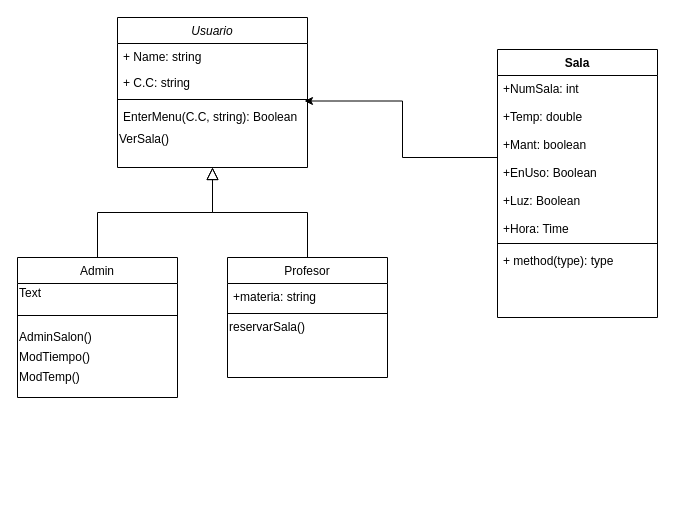
byzokky/Edificio-Inteligente keeps this draw.io diagram as Untitled Diagram.drawio. Above is the earlier version. Source tidied: cells renumbered, new cells numbered last; positions are measured from the earlier drawing's top-left corner, leaving out a move shared by most shapes. Both pictures are drawn from the tidied source at 100%, with x=0, y=0 at pixel (17, 17).
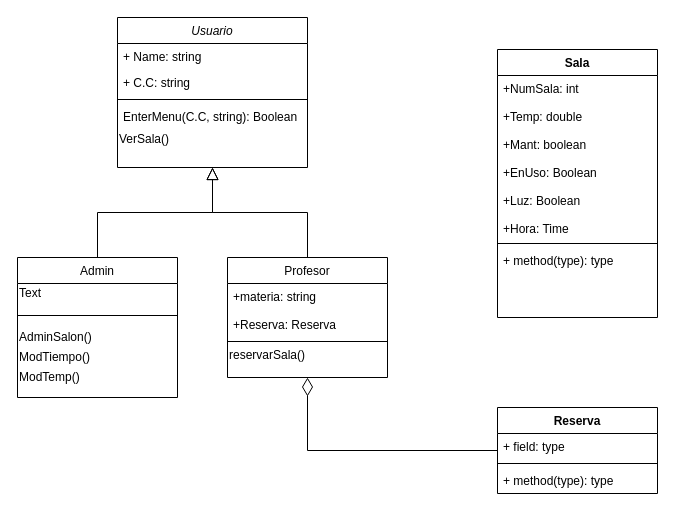
After the change.

The change refers to these unchanged cells:
```xml
<mxCell id="5" style="line;html=1;strokeWidth=1;align=left;verticalAlign=middle;spacingTop=-1;spacingLeft=3;spacingRight=3;labelPosition=right;points=[];portConstraint=eastwest;" parent="2" vertex="1">
  <mxGeometry y="78" width="190" height="8" as="geometry" />
</mxCell>
<mxCell id="15" value="Profesor" style="swimlane;fontStyle=0;align=center;verticalAlign=top;horizontal=1;startSize=26;rounded=0;shadow=0;strokeWidth=1;" parent="1" vertex="1">
  <mxGeometry x="210" y="240" width="160" height="120" as="geometry" />
</mxCell>
<mxCell id="21" value="+NumSala: int&#10;&#10;+Temp: double&#10;&#10;+Mant: boolean&#10;&#10;+EnUso: Boolean&#10;&#10;+Luz: Boolean&#10;&#10;+Hora: Time" style="text;strokeColor=none;fillColor=none;align=left;verticalAlign=top;spacingLeft=4;spacingRight=4;overflow=hidden;points=[[0,0.5],[1,0.5]];portConstraint=eastwest;" parent="20" vertex="1">
  <mxGeometry y="26" width="160" height="164" as="geometry" />
</mxCell>
```

Change to the diagram source:
```diff
@@
-    <mxCell id="16" value="+materia: string" style="text;align=left;verticalAlign=top;spacingLeft=4;spacingRight=4;overflow=hidden;" parent="15" vertex="1">
-      <mxGeometry y="26" width="160" height="26" as="geometry" />
+    <mxCell id="16" value="+materia: string&#10;&#10;+Reserva: Reserva" style="text;align=left;verticalAlign=top;spacingLeft=4;spacingRight=4;overflow=hidden;" parent="15" vertex="1">
+      <mxGeometry y="26" width="160" height="54" as="geometry" />
     </mxCell>
     <mxCell id="17" style="line;html=1;strokeWidth=1;align=left;verticalAlign=middle;spacingTop=-1;spacingLeft=3;spacingRight=3;labelPosition=right;" parent="15" vertex="1">
-      <mxGeometry y="52" width="160" height="8" as="geometry" />
+      <mxGeometry y="80" width="160" height="8" as="geometry" />
     </mxCell>
     <mxCell id="18" value="reservarSala()" style="text;html=1;align=left;verticalAlign=middle;" parent="15" vertex="1">
-      <mxGeometry y="60" width="160" height="20" as="geometry" />
+      <mxGeometry y="88" width="160" height="20" as="geometry" />
     </mxCell>
@@
-    <mxCell id="24" style="edgeStyle=orthogonalEdgeStyle;rounded=0;jettySize=auto;html=1;exitX=0;exitY=0.5;exitDx=0;exitDy=0;entryX=0.984;entryY=0.687;entryDx=0;entryDy=0;entryPerimeter=0;" parent="1" edge="1" source="21" target="5">
-      <mxGeometry relative="1" as="geometry" />
-    </mxCell>
+    <mxCell id="25" style="edgeStyle=orthogonalEdgeStyle;rounded=0;jettySize=auto;html=1;entryX=0.5;entryY=1;entryDx=0;entryDy=0;endArrow=diamondThin;endFill=0;endSize=16;" parent="1" edge="1" source="26" target="15">
+      <mxGeometry relative="1" as="geometry" />
+    </mxCell>
+    <mxCell id="26" value="Reserva" style="swimlane;fontStyle=1;align=center;verticalAlign=top;horizontal=1;startSize=26;" parent="1" vertex="1">
+      <mxGeometry x="480" y="390" width="160" height="86" as="geometry" />
+    </mxCell>
+    <mxCell id="27" value="+ field: type" style="text;strokeColor=none;fillColor=none;align=left;verticalAlign=top;spacingLeft=4;spacingRight=4;overflow=hidden;" parent="26" vertex="1">
+      <mxGeometry y="26" width="160" height="26" as="geometry" />
+    </mxCell>
+    <mxCell id="28" style="line;strokeWidth=1;fillColor=none;align=left;verticalAlign=middle;spacingTop=-1;spacingLeft=3;spacingRight=3;labelPosition=right;" parent="26" vertex="1">
+      <mxGeometry y="52" width="160" height="8" as="geometry" />
+    </mxCell>
+    <mxCell id="29" value="+ method(type): type" style="text;strokeColor=none;fillColor=none;align=left;verticalAlign=top;spacingLeft=4;spacingRight=4;overflow=hidden;" parent="26" vertex="1">
+      <mxGeometry y="60" width="160" height="26" as="geometry" />
+    </mxCell>
```
